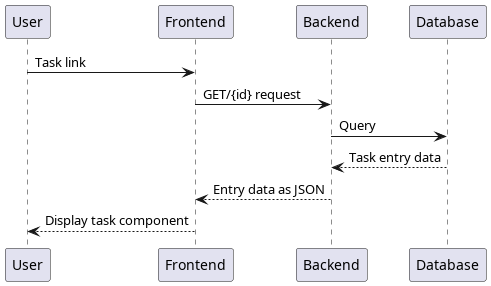
The PlantUML diagram docs/out/docs/Sequences/Fetch single Task.png in Toby-Rea/planner, before a commit. The source it was exported from:
```plantuml
@startuml Fetch single Task
participant User as u
participant Frontend as fe
participant Backend as be
participant Database as db

u -> fe: Task link
fe -> be: GET/{id} request
be -> db: Query
be <-- db: Task entry data
fe <-- be: Entry data as JSON
u <-- fe: Display task component
@enduml
```
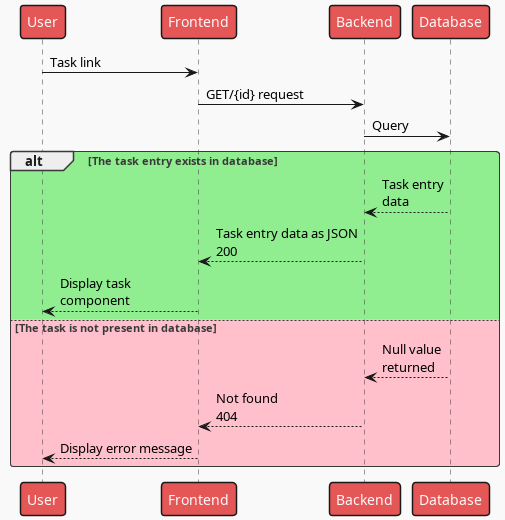
Later version of the same file.

What changed in the source:
```diff
@@ -1,4 +1,5 @@
 @startuml Fetch single Task
+!theme mars
 participant User as u
 participant Frontend as fe
 participant Backend as be
@@ -7,7 +8,14 @@
 u -> fe: Task link
 fe -> be: GET/{id} request
 be -> db: Query
-be <-- db: Task entry data
-fe <-- be: Entry data as JSON
-u <-- fe: Display task component
+
+alt #LightGreen The task entry exists in database
+    be <-- db: Task entry\ndata
+    fe <-- be: Task entry data as JSON\n200
+    u <-- fe: Display task\ncomponent
+else #Pink The task is not present in database
+    be <-- db: Null value\nreturned
+    fe <-- be: Not found\n404
+    u <-- fe: Display error message
+end
 @enduml
```
